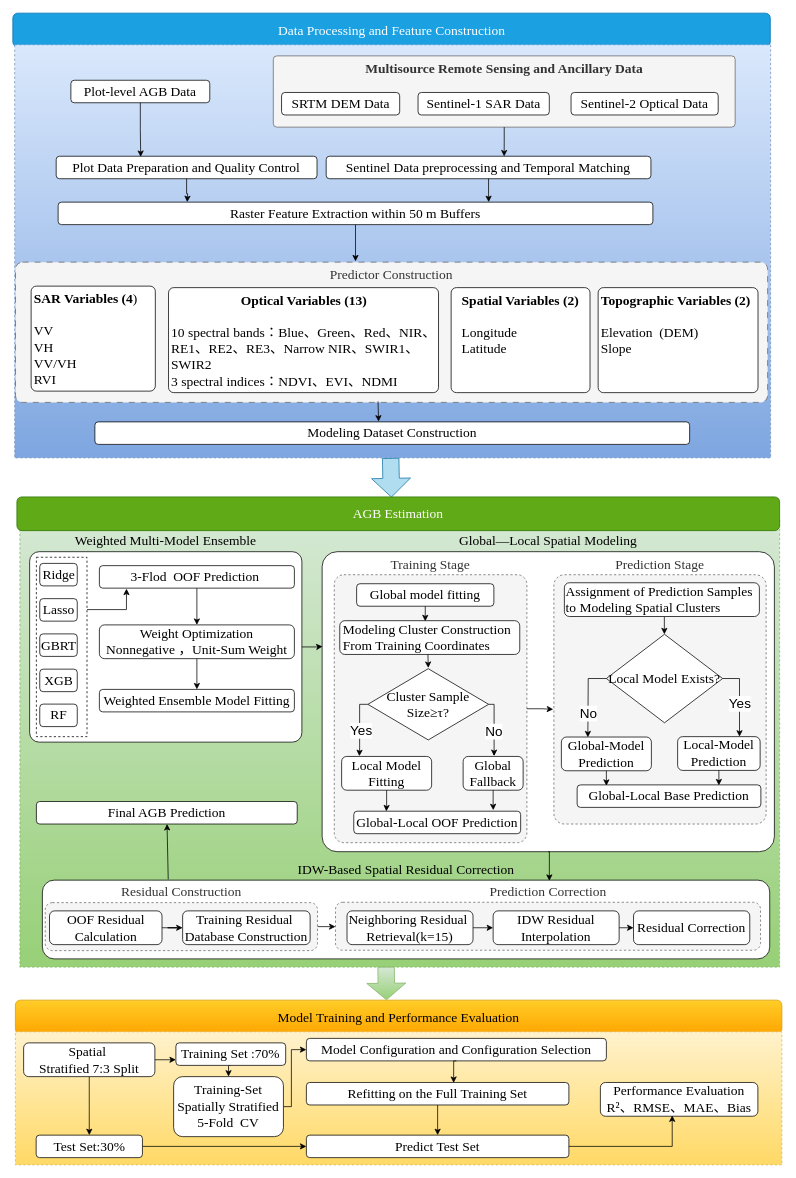
Above: page "第 2 页" (2 of 3) of 论文英文版流程图.drawio in ruoxiaobai/ruo (draw.io), before the change. Source tidied: cells renumbered, new cells numbered last; positions are measured from the earlier drawing's top-left corner, leaving out a move shared by most shapes. Both pictures are drawn from the tidied source at 75%, with x=0, y=0 at pixel (13, 13).
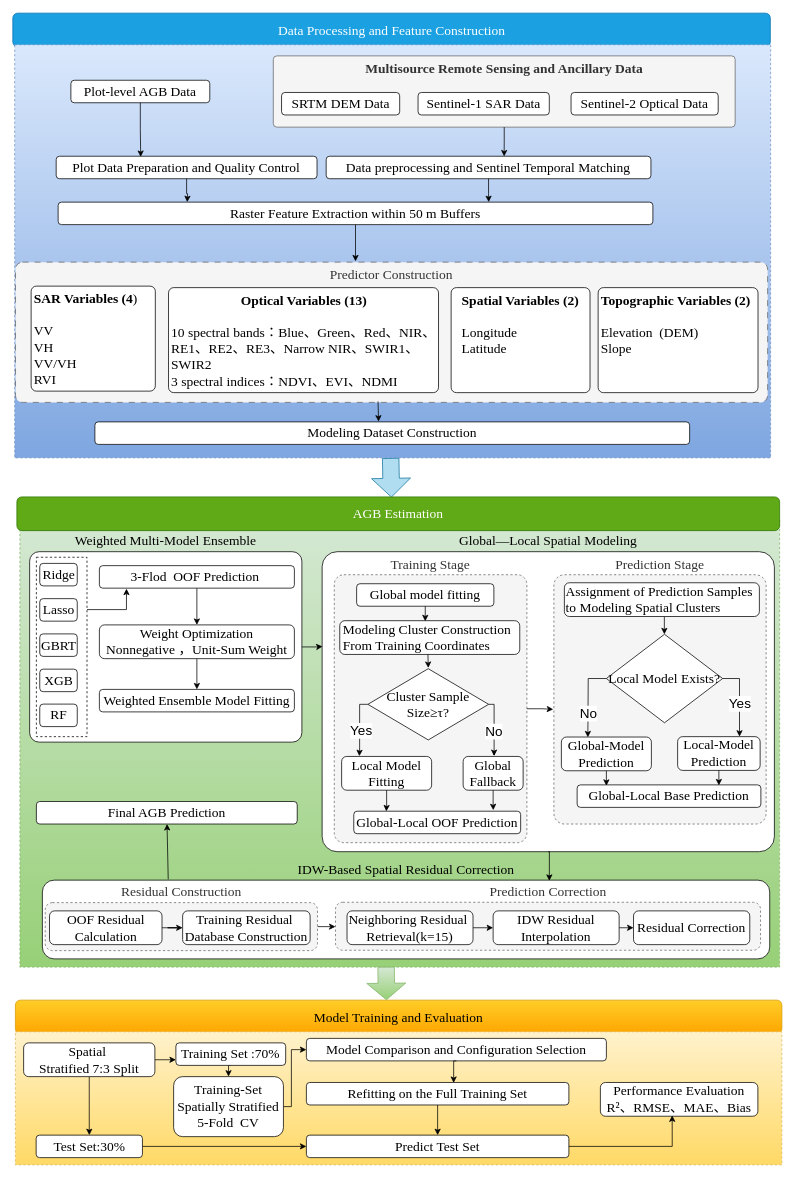
The same diagram, later.

Commit message (it also covers changes not shown here):
更新论文英文版流程图.drawio

What changed in the source:
```diff
@@
-    <mxCell id="11" value="Sentinel Data preprocessing and Temporal Matching" style="rounded=1;whiteSpace=wrap;html=1;fontSize=18;spacingLeft=2;spacingRight=2;fontFamily=Times New Roman;" parent="1" vertex="1">
+    <mxCell id="11" value="Data preprocessing and Sentinel Temporal Matching" style="rounded=1;whiteSpace=wrap;html=1;fontSize=18;spacingLeft=2;spacingRight=2;fontFamily=Times New Roman;" parent="1" vertex="1">
       <mxGeometry x="417.4" y="190.8" width="433" height="30" as="geometry" />
     </mxCell>
@@
-    <mxCell id="72" value="Model Training and Performance Evaluation" style="rounded=1;whiteSpace=wrap;html=1;fontSize=18;spacingLeft=2;spacingRight=2;fontFamily=Times New Roman;fillColor=#ffcd28;strokeColor=#d79b00;gradientColor=#ffa500;" parent="1" vertex="1">
+    <mxCell id="72" value="Model Training and Evaluation" style="rounded=1;whiteSpace=wrap;html=1;fontSize=18;spacingLeft=2;spacingRight=2;fontFamily=Times New Roman;fillColor=#ffcd28;strokeColor=#d79b00;gradientColor=#ffa500;" parent="1" vertex="1">
       <mxGeometry x="3" y="1316" width="1022" height="45" as="geometry" />
     </mxCell>
@@
-    <mxCell id="85" value="Model Configuration and Configuration Selection" style="rounded=1;whiteSpace=wrap;html=1;align=center;fontSize=18;fontFamily=Times New Roman;" parent="1" vertex="1">
+    <mxCell id="85" value="Model Comparison and Configuration Selection" style="rounded=1;whiteSpace=wrap;html=1;align=center;fontSize=18;fontFamily=Times New Roman;" parent="1" vertex="1">
       <mxGeometry x="391" y="1367" width="400" height="30" as="geometry" />
     </mxCell>
```
